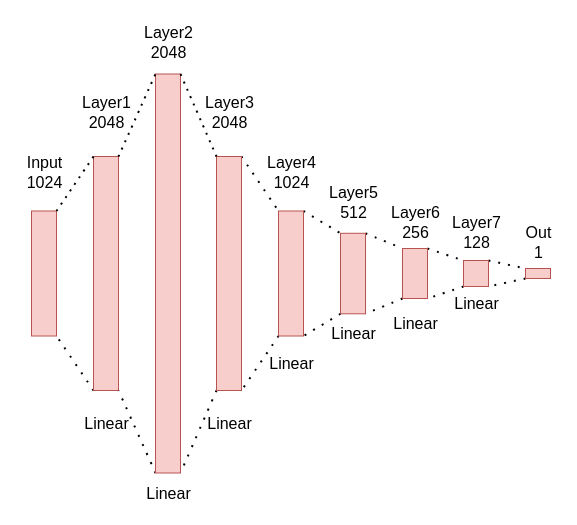
Above: SKF.drawio in arielpriarone/drawings (draw.io), before the change. Source tidied: cells renumbered, new cells numbered last; positions are measured from the earlier drawing's top-left corner, leaving out a move shared by most shapes. Both pictures are drawn from the tidied source at 100%, with x=0, y=0 at pixel (16, 17).
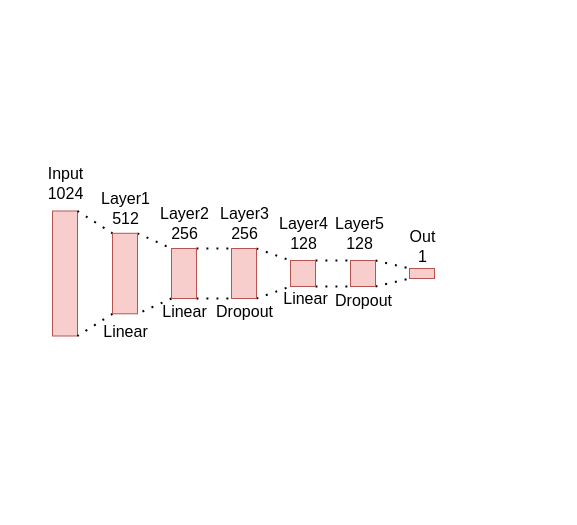
The same page after the edit.

The edit, as a diff of the source:
```diff
@@
     <mxCell id="2" style="rounded=0;whiteSpace=wrap;html=1;fillColor=#f8cecc;strokeColor=#b85450;" parent="1" vertex="1">
-      <mxGeometry x="15" y="193.5" width="25" height="125" as="geometry" />
+      <mxGeometry x="36" y="193.5" width="25" height="125" as="geometry" />
     </mxCell>
-    <mxCell id="3" value="Layer1&lt;br&gt;2048" style="text;html=1;align=center;verticalAlign=middle;strokeColor=none;fillColor=none;fontSize=16;" parent="1" vertex="1">
-      <mxGeometry x="56" y="70" width="67" height="50" as="geometry" />
-    </mxCell>
-    <mxCell id="4" style="edgeStyle=none;curved=1;rounded=0;jettySize=auto;html=1;exitX=1;exitY=0;exitDx=0;exitDy=0;entryX=0;entryY=0;entryDx=0;entryDy=0;fontSize=12;startSize=8;endSize=8;endArrow=none;startFill=0;dashed=1;dashPattern=1 4;strokeWidth=2;" parent="1" edge="1" source="6" target="16">
-      <mxGeometry relative="1" as="geometry" />
-    </mxCell>
-    <mxCell id="5" style="edgeStyle=none;shape=connector;curved=1;rounded=0;jettySize=auto;html=1;exitX=0;exitY=1;exitDx=0;exitDy=0;entryX=1;entryY=1;entryDx=0;entryDy=0;dashed=1;dashPattern=1 4;strokeColor=default;strokeWidth=2;align=center;verticalAlign=middle;fontFamily=Helvetica;fontSize=12;fontColor=default;labelBackgroundColor=default;startFill=0;startSize=8;endArrow=none;endSize=8;" parent="1" edge="1" source="6" target="12">
-      <mxGeometry relative="1" as="geometry" />
-    </mxCell>
-    <mxCell id="6" style="rounded=0;whiteSpace=wrap;html=1;fillColor=#f8cecc;strokeColor=#b85450;" parent="1" vertex="1">
-      <mxGeometry x="200" y="139" width="25" height="234" as="geometry" />
-    </mxCell>
     <mxCell id="7" value="Input&lt;br&gt;1024" style="text;html=1;align=center;verticalAlign=middle;strokeColor=none;fillColor=none;fontSize=16;" parent="1" vertex="1">
-      <mxGeometry x="0.5" y="130" width="54" height="50" as="geometry" />
+      <mxGeometry x="21.5" y="141" width="54" height="50" as="geometry" />
     </mxCell>
-    <mxCell id="8" value="Layer3&lt;div&gt;2048&lt;/div&gt;" style="text;html=1;align=center;verticalAlign=middle;strokeColor=none;fillColor=none;fontSize=16;" parent="1" vertex="1">
-      <mxGeometry x="179" y="70" width="67" height="50" as="geometry" />
-    </mxCell>
-    <mxCell id="9" style="edgeStyle=none;shape=connector;curved=1;rounded=0;jettySize=auto;html=1;exitX=0;exitY=1;exitDx=0;exitDy=0;entryX=1;entryY=1;entryDx=0;entryDy=0;dashed=1;dashPattern=1 4;strokeColor=default;strokeWidth=2;align=center;verticalAlign=middle;fontFamily=Helvetica;fontSize=12;fontColor=default;labelBackgroundColor=default;startFill=0;startSize=8;endArrow=none;endSize=8;" parent="1" edge="1" source="10" target="2">
-      <mxGeometry relative="1" as="geometry" />
-    </mxCell>
-    <mxCell id="10" style="rounded=0;whiteSpace=wrap;html=1;fillColor=#f8cecc;strokeColor=#b85450;" parent="1" vertex="1">
-      <mxGeometry x="77" y="139" width="25" height="234" as="geometry" />
-    </mxCell>
-    <mxCell id="11" style="edgeStyle=none;shape=connector;curved=1;rounded=0;jettySize=auto;html=1;exitX=0;exitY=1;exitDx=0;exitDy=0;entryX=1;entryY=1;entryDx=0;entryDy=0;dashed=1;dashPattern=1 4;strokeColor=default;strokeWidth=2;align=center;verticalAlign=middle;fontFamily=Helvetica;fontSize=12;fontColor=default;labelBackgroundColor=default;startFill=0;startSize=8;endArrow=none;endSize=8;" parent="1" edge="1" source="12" target="10">
-      <mxGeometry relative="1" as="geometry" />
-    </mxCell>
-    <mxCell id="12" style="rounded=0;whiteSpace=wrap;html=1;fillColor=#f8cecc;strokeColor=#b85450;" parent="1" vertex="1">
-      <mxGeometry x="139" y="56.5" width="25" height="399" as="geometry" />
-    </mxCell>
-    <mxCell id="13" value="Layer2&lt;br&gt;2048" style="text;html=1;align=center;verticalAlign=middle;strokeColor=none;fillColor=none;fontSize=16;" parent="1" vertex="1">
-      <mxGeometry x="118" width="67" height="50" as="geometry" />
-    </mxCell>
-    <mxCell id="14" style="edgeStyle=none;shape=connector;curved=1;rounded=0;jettySize=auto;html=1;exitX=1;exitY=0;exitDx=0;exitDy=0;entryX=0;entryY=0;entryDx=0;entryDy=0;dashed=1;dashPattern=1 4;strokeColor=default;strokeWidth=2;align=center;verticalAlign=middle;fontFamily=Helvetica;fontSize=12;fontColor=default;labelBackgroundColor=default;startFill=0;startSize=8;endArrow=none;endSize=8;" parent="1" edge="1" source="16" target="20">
+    <mxCell id="14" style="edgeStyle=none;shape=connector;curved=1;rounded=0;jettySize=auto;html=1;exitX=1;exitY=0;exitDx=0;exitDy=0;entryX=0;entryY=0;entryDx=0;entryDy=0;dashed=1;dashPattern=1 4;strokeColor=default;strokeWidth=2;align=center;verticalAlign=middle;fontFamily=Helvetica;fontSize=12;fontColor=default;labelBackgroundColor=default;startFill=0;startSize=8;endArrow=none;endSize=8;" parent="1" edge="1" source="2" target="20">
       <mxGeometry relative="1" as="geometry" />
     </mxCell>
-    <mxCell id="15" style="edgeStyle=none;shape=connector;curved=1;rounded=0;jettySize=auto;html=1;exitX=0;exitY=1;exitDx=0;exitDy=0;entryX=1;entryY=1;entryDx=0;entryDy=0;dashed=1;dashPattern=1 4;strokeColor=default;strokeWidth=2;align=center;verticalAlign=middle;fontFamily=Helvetica;fontSize=12;fontColor=default;labelBackgroundColor=default;startFill=0;startSize=8;endArrow=none;endSize=8;" parent="1" edge="1" source="16" target="6">
-      <mxGeometry relative="1" as="geometry" />
-    </mxCell>
-    <mxCell id="16" style="rounded=0;whiteSpace=wrap;html=1;fillColor=#f8cecc;strokeColor=#b85450;" parent="1" vertex="1">
-      <mxGeometry x="262" y="193.5" width="25" height="125" as="geometry" />
-    </mxCell>
-    <mxCell id="17" value="Layer4&lt;div&gt;1024&lt;/div&gt;" style="text;html=1;align=center;verticalAlign=middle;strokeColor=none;fillColor=none;fontSize=16;" parent="1" vertex="1">
-      <mxGeometry x="241" y="130" width="67" height="50" as="geometry" />
-    </mxCell>
@@
-    <mxCell id="19" style="edgeStyle=none;shape=connector;curved=1;rounded=0;jettySize=auto;html=1;exitX=0;exitY=1;exitDx=0;exitDy=0;entryX=1;entryY=1;entryDx=0;entryDy=0;dashed=1;dashPattern=1 4;strokeColor=default;strokeWidth=2;align=center;verticalAlign=middle;fontFamily=Helvetica;fontSize=12;fontColor=default;labelBackgroundColor=default;startFill=0;startSize=8;endArrow=none;endSize=8;" parent="1" edge="1" source="20" target="16">
+    <mxCell id="19" style="edgeStyle=none;shape=connector;curved=1;rounded=0;jettySize=auto;html=1;exitX=0;exitY=1;exitDx=0;exitDy=0;entryX=1;entryY=1;entryDx=0;entryDy=0;dashed=1;dashPattern=1 4;strokeColor=default;strokeWidth=2;align=center;verticalAlign=middle;fontFamily=Helvetica;fontSize=12;fontColor=default;labelBackgroundColor=default;startFill=0;startSize=8;endArrow=none;endSize=8;" parent="1" edge="1" source="20" target="2">
       <mxGeometry relative="1" as="geometry" />
     </mxCell>
     <mxCell id="20" style="rounded=0;whiteSpace=wrap;html=1;fillColor=#f8cecc;strokeColor=#b85450;" parent="1" vertex="1">
-      <mxGeometry x="324" y="215.8" width="25" height="80.5" as="geometry" />
+      <mxGeometry x="96" y="215.8" width="25" height="80.5" as="geometry" />
     </mxCell>
-    <mxCell id="21" value="Layer5&lt;div&gt;512&lt;/div&gt;" style="text;html=1;align=center;verticalAlign=middle;strokeColor=none;fillColor=none;fontSize=16;" parent="1" vertex="1">
-      <mxGeometry x="303" y="160" width="67" height="50" as="geometry" />
+    <mxCell id="21" value="Layer1&lt;br&gt;&lt;div&gt;512&lt;/div&gt;" style="text;html=1;align=center;verticalAlign=middle;strokeColor=none;fillColor=none;fontSize=16;" parent="1" vertex="1">
+      <mxGeometry x="75" y="165.8" width="67" height="50" as="geometry" />
     </mxCell>
-    <mxCell id="22" style="edgeStyle=none;shape=connector;curved=1;rounded=0;jettySize=auto;html=1;exitX=1;exitY=0;exitDx=0;exitDy=0;entryX=0;entryY=0;entryDx=0;entryDy=0;dashed=1;dashPattern=1 4;strokeColor=default;strokeWidth=2;align=center;verticalAlign=middle;fontFamily=Helvetica;fontSize=12;fontColor=default;labelBackgroundColor=default;startFill=0;startSize=8;endArrow=none;endSize=8;" parent="1" edge="1" source="24" target="28">
-      <mxGeometry relative="1" as="geometry" />
-    </mxCell>
@@
+    <mxCell id="43" style="edgeStyle=none;shape=connector;curved=1;rounded=0;jettySize=auto;html=1;exitX=1;exitY=0;exitDx=0;exitDy=0;entryX=0;entryY=0;entryDx=0;entryDy=0;dashed=1;dashPattern=1 4;strokeColor=default;strokeWidth=2;align=center;verticalAlign=middle;fontFamily=Helvetica;fontSize=12;fontColor=default;labelBackgroundColor=default;startFill=0;startSize=8;endArrow=none;endSize=8;" parent="1" edge="1" source="24" target="54">
+      <mxGeometry relative="1" as="geometry" />
+    </mxCell>
+    <mxCell id="44" style="edgeStyle=none;shape=connector;curved=1;rounded=0;jettySize=auto;html=1;exitX=1;exitY=1;exitDx=0;exitDy=0;entryX=0;entryY=1;entryDx=0;entryDy=0;dashed=1;dashPattern=1 4;strokeColor=default;strokeWidth=2;align=center;verticalAlign=middle;fontFamily=Helvetica;fontSize=12;fontColor=default;labelBackgroundColor=default;startFill=0;startSize=8;endArrow=none;endSize=8;" parent="1" edge="1" source="24" target="54">
+      <mxGeometry relative="1" as="geometry" />
+    </mxCell>
     <mxCell id="24" style="rounded=0;whiteSpace=wrap;html=1;fillColor=#f8cecc;strokeColor=#b85450;" parent="1" vertex="1">
-      <mxGeometry x="386" y="231" width="25" height="50" as="geometry" />
+      <mxGeometry x="155" y="231" width="25" height="50" as="geometry" />
     </mxCell>
-    <mxCell id="25" value="Layer6&lt;div&gt;256&lt;/div&gt;" style="text;html=1;align=center;verticalAlign=middle;strokeColor=none;fillColor=none;fontSize=16;" parent="1" vertex="1">
-      <mxGeometry x="365" y="180" width="67" height="50" as="geometry" />
+    <mxCell id="25" value="Layer2&lt;br&gt;&lt;span style=&quot;background-color: transparent; color: light-dark(rgb(0, 0, 0), rgb(255, 255, 255));&quot;&gt;256&lt;/span&gt;" style="text;html=1;align=center;verticalAlign=middle;strokeColor=none;fillColor=none;fontSize=16;" parent="1" vertex="1">
+      <mxGeometry x="134" y="181" width="67" height="50" as="geometry" />
     </mxCell>
-    <mxCell id="26" style="edgeStyle=none;shape=connector;curved=1;rounded=0;jettySize=auto;html=1;exitX=1;exitY=0;exitDx=0;exitDy=0;entryX=0;entryY=0;entryDx=0;entryDy=0;dashed=1;dashPattern=1 4;strokeColor=default;strokeWidth=2;align=center;verticalAlign=middle;fontFamily=Helvetica;fontSize=12;fontColor=default;labelBackgroundColor=default;startFill=0;startSize=8;endArrow=none;endSize=8;" parent="1" edge="1" source="28" target="31">
-      <mxGeometry relative="1" as="geometry" />
-    </mxCell>
-    <mxCell id="27" style="edgeStyle=none;shape=connector;curved=1;rounded=0;jettySize=auto;html=1;exitX=0;exitY=1;exitDx=0;exitDy=0;entryX=1;entryY=1;entryDx=0;entryDy=0;dashed=1;dashPattern=1 4;strokeColor=default;strokeWidth=2;align=center;verticalAlign=middle;fontFamily=Helvetica;fontSize=12;fontColor=default;labelBackgroundColor=default;startFill=0;startSize=8;endArrow=none;endSize=8;" parent="1" edge="1" source="28" target="24">
-      <mxGeometry relative="1" as="geometry" />
-    </mxCell>
+    <mxCell id="45" style="edgeStyle=none;shape=connector;curved=1;rounded=0;jettySize=auto;html=1;exitX=1;exitY=0;exitDx=0;exitDy=0;entryX=0;entryY=0;entryDx=0;entryDy=0;dashed=1;dashPattern=1 4;strokeColor=default;strokeWidth=2;align=center;verticalAlign=middle;fontFamily=Helvetica;fontSize=12;fontColor=default;labelBackgroundColor=default;startFill=0;startSize=8;endArrow=none;endSize=8;" parent="1" edge="1" source="28" target="49">
+      <mxGeometry relative="1" as="geometry" />
+    </mxCell>
+    <mxCell id="46" style="edgeStyle=none;shape=connector;curved=1;rounded=0;jettySize=auto;html=1;exitX=1;exitY=1;exitDx=0;exitDy=0;entryX=0;entryY=1;entryDx=0;entryDy=0;dashed=1;dashPattern=1 4;strokeColor=default;strokeWidth=2;align=center;verticalAlign=middle;fontFamily=Helvetica;fontSize=12;fontColor=default;labelBackgroundColor=default;startFill=0;startSize=8;endArrow=none;endSize=8;" parent="1" edge="1" source="28" target="49">
+      <mxGeometry relative="1" as="geometry" />
+    </mxCell>
     <mxCell id="28" style="rounded=0;whiteSpace=wrap;html=1;fillColor=#f8cecc;strokeColor=#b85450;" parent="1" vertex="1">
-      <mxGeometry x="447" y="243" width="25" height="26" as="geometry" />
+      <mxGeometry x="274" y="243" width="25" height="26" as="geometry" />
     </mxCell>
-    <mxCell id="29" value="Layer7&lt;div&gt;128&lt;/div&gt;" style="text;html=1;align=center;verticalAlign=middle;strokeColor=none;fillColor=none;fontSize=16;" parent="1" vertex="1">
-      <mxGeometry x="426" y="190" width="67" height="50" as="geometry" />
+    <mxCell id="29" value="Layer4&lt;div&gt;128&lt;/div&gt;" style="text;html=1;align=center;verticalAlign=middle;strokeColor=none;fillColor=none;fontSize=16;" parent="1" vertex="1">
+      <mxGeometry x="253" y="191" width="67" height="50" as="geometry" />
     </mxCell>
-    <mxCell id="30" style="edgeStyle=none;shape=connector;curved=1;rounded=0;jettySize=auto;html=1;exitX=0;exitY=1;exitDx=0;exitDy=0;entryX=1;entryY=1;entryDx=0;entryDy=0;dashed=1;dashPattern=1 4;strokeColor=default;strokeWidth=2;align=center;verticalAlign=middle;fontFamily=Helvetica;fontSize=12;fontColor=default;labelBackgroundColor=default;startFill=0;startSize=8;endArrow=none;endSize=8;" parent="1" edge="1" source="31" target="28">
-      <mxGeometry relative="1" as="geometry" />
-    </mxCell>
     <mxCell id="31" style="rounded=0;whiteSpace=wrap;html=1;fillColor=#f8cecc;strokeColor=#b85450;" parent="1" vertex="1">
-      <mxGeometry x="509" y="251" width="25" height="10" as="geometry" />
+      <mxGeometry x="393" y="251" width="25" height="10" as="geometry" />
     </mxCell>
     <mxCell id="32" value="Out&lt;br&gt;&lt;div&gt;1&lt;/div&gt;" style="text;html=1;align=center;verticalAlign=middle;strokeColor=none;fillColor=none;fontSize=16;" parent="1" vertex="1">
-      <mxGeometry x="499.5" y="200" width="44" height="50" as="geometry" />
+      <mxGeometry x="383.5" y="204" width="44" height="50" as="geometry" />
     </mxCell>
-    <mxCell id="33" style="endArrow=none;dashed=1;html=1;dashPattern=1 3;strokeWidth=2;rounded=0;fontSize=12;startSize=8;endSize=8;curved=1;exitX=1;exitY=0;exitDx=0;exitDy=0;entryX=0;entryY=0;entryDx=0;entryDy=0;" parent="1" edge="1" source="2" target="10">
-      <mxGeometry relative="1" as="geometry" />
-    </mxCell>
-    <mxCell id="34" style="endArrow=none;dashed=1;html=1;dashPattern=1 3;strokeWidth=2;rounded=0;fontSize=12;startSize=8;endSize=8;curved=1;exitX=1;exitY=0;exitDx=0;exitDy=0;entryX=0;entryY=0;entryDx=0;entryDy=0;" parent="1" edge="1" source="10" target="12">
-      <mxGeometry relative="1" as="geometry" />
-    </mxCell>
-    <mxCell id="35" style="endArrow=none;dashed=1;html=1;dashPattern=1 3;strokeWidth=2;rounded=0;fontSize=12;startSize=8;endSize=8;curved=1;exitX=0;exitY=0;exitDx=0;exitDy=0;entryX=1;entryY=0;entryDx=0;entryDy=0;" parent="1" edge="1" source="6" target="12">
-      <mxGeometry relative="1" as="geometry" />
-    </mxCell>
-    <mxCell id="36" value="Linear" style="text;html=1;align=center;verticalAlign=middle;strokeColor=none;fillColor=none;fontSize=16;" parent="1" vertex="1">
-      <mxGeometry x="59" y="390" width="62" height="31" as="geometry" />
-    </mxCell>
-    <mxCell id="37" value="Linear" style="text;html=1;align=center;verticalAlign=middle;strokeColor=none;fillColor=none;fontSize=16;" parent="1" vertex="1">
-      <mxGeometry x="182" y="390" width="62" height="31" as="geometry" />
-    </mxCell>
-    <mxCell id="38" value="Linear" style="text;html=1;align=center;verticalAlign=middle;strokeColor=none;fillColor=none;fontSize=16;" parent="1" vertex="1">
-      <mxGeometry x="121" y="460" width="62" height="31" as="geometry" />
-    </mxCell>
-    <mxCell id="39" value="Linear" style="text;html=1;align=center;verticalAlign=middle;strokeColor=none;fillColor=none;fontSize=16;" parent="1" vertex="1">
-      <mxGeometry x="244" y="330" width="62" height="31" as="geometry" />
-    </mxCell>
     <mxCell id="40" value="Linear" style="text;html=1;align=center;verticalAlign=middle;strokeColor=none;fillColor=none;fontSize=16;" parent="1" vertex="1">
-      <mxGeometry x="306" y="300" width="62" height="31" as="geometry" />
+      <mxGeometry x="77.5" y="298" width="62" height="31" as="geometry" />
     </mxCell>
     <mxCell id="41" value="Linear" style="text;html=1;align=center;verticalAlign=middle;strokeColor=none;fillColor=none;fontSize=16;" parent="1" vertex="1">
-      <mxGeometry x="368" y="290" width="62" height="31" as="geometry" />
+      <mxGeometry x="136.5" y="278" width="62" height="31" as="geometry" />
     </mxCell>
     <mxCell id="42" value="Linear" style="text;html=1;align=center;verticalAlign=middle;strokeColor=none;fillColor=none;fontSize=16;" parent="1" vertex="1">
-      <mxGeometry x="429" y="270" width="62" height="31" as="geometry" />
+      <mxGeometry x="258" y="265.2" width="62" height="31" as="geometry" />
     </mxCell>
+    <mxCell id="47" style="edgeStyle=none;shape=connector;curved=1;rounded=0;jettySize=auto;html=1;exitX=1;exitY=0;exitDx=0;exitDy=0;entryX=0;entryY=0;entryDx=0;entryDy=0;dashed=1;dashPattern=1 4;strokeColor=default;strokeWidth=2;align=center;verticalAlign=middle;fontFamily=Helvetica;fontSize=12;fontColor=default;labelBackgroundColor=default;startFill=0;startSize=8;endArrow=none;endSize=8;" parent="1" edge="1" source="49" target="31">
+      <mxGeometry relative="1" as="geometry" />
+    </mxCell>
+    <mxCell id="48" style="edgeStyle=none;shape=connector;curved=1;rounded=0;jettySize=auto;html=1;exitX=1;exitY=1;exitDx=0;exitDy=0;entryX=0;entryY=1;entryDx=0;entryDy=0;dashed=1;dashPattern=1 4;strokeColor=default;strokeWidth=2;align=center;verticalAlign=middle;fontFamily=Helvetica;fontSize=12;fontColor=default;labelBackgroundColor=default;startFill=0;startSize=8;endArrow=none;endSize=8;" parent="1" edge="1" source="49" target="31">
+      <mxGeometry relative="1" as="geometry" />
+    </mxCell>
+    <mxCell id="49" style="rounded=0;whiteSpace=wrap;html=1;fillColor=#f8cecc;strokeColor=#b85450;" parent="1" vertex="1">
+      <mxGeometry x="334" y="243" width="25" height="26" as="geometry" />
+    </mxCell>
+    <mxCell id="50" value="Layer5&lt;div&gt;128&lt;/div&gt;" style="text;html=1;align=center;verticalAlign=middle;strokeColor=none;fillColor=none;fontSize=16;" parent="1" vertex="1">
+      <mxGeometry x="309.5" y="191" width="67" height="50" as="geometry" />
+    </mxCell>
+    <mxCell id="51" value="Dropout" style="text;html=1;align=center;verticalAlign=middle;strokeColor=none;fillColor=none;fontSize=16;" parent="1" vertex="1">
+      <mxGeometry x="309.5" y="267" width="75" height="31" as="geometry" />
+    </mxCell>
+    <mxCell id="52" style="edgeStyle=none;shape=connector;curved=1;rounded=0;jettySize=auto;html=1;exitX=1;exitY=0;exitDx=0;exitDy=0;entryX=0;entryY=0;entryDx=0;entryDy=0;dashed=1;dashPattern=1 4;strokeColor=default;strokeWidth=2;align=center;verticalAlign=middle;fontFamily=Helvetica;fontSize=12;fontColor=default;labelBackgroundColor=default;startFill=0;startSize=8;endArrow=none;endSize=8;" parent="1" edge="1" source="54" target="28">
+      <mxGeometry relative="1" as="geometry" />
+    </mxCell>
+    <mxCell id="53" style="edgeStyle=none;shape=connector;curved=1;rounded=0;jettySize=auto;html=1;exitX=1;exitY=1;exitDx=0;exitDy=0;entryX=0;entryY=1;entryDx=0;entryDy=0;dashed=1;dashPattern=1 4;strokeColor=default;strokeWidth=2;align=center;verticalAlign=middle;fontFamily=Helvetica;fontSize=12;fontColor=default;labelBackgroundColor=default;startFill=0;startSize=8;endArrow=none;endSize=8;" parent="1" edge="1" source="54" target="28">
+      <mxGeometry relative="1" as="geometry" />
+    </mxCell>
+    <mxCell id="54" style="rounded=0;whiteSpace=wrap;html=1;fillColor=#f8cecc;strokeColor=#b85450;" parent="1" vertex="1">
+      <mxGeometry x="215" y="231" width="25" height="50" as="geometry" />
+    </mxCell>
+    <mxCell id="55" value="Layer3&lt;br&gt;&lt;span style=&quot;background-color: transparent; color: light-dark(rgb(0, 0, 0), rgb(255, 255, 255));&quot;&gt;256&lt;/span&gt;" style="text;html=1;align=center;verticalAlign=middle;strokeColor=none;fillColor=none;fontSize=16;" parent="1" vertex="1">
+      <mxGeometry x="194" y="181" width="67" height="50" as="geometry" />
+    </mxCell>
+    <mxCell id="56" value="Dropout" style="text;html=1;align=center;verticalAlign=middle;strokeColor=none;fillColor=none;fontSize=16;" parent="1" vertex="1">
+      <mxGeometry x="190.5" y="278" width="75" height="31" as="geometry" />
+    </mxCell>
```
